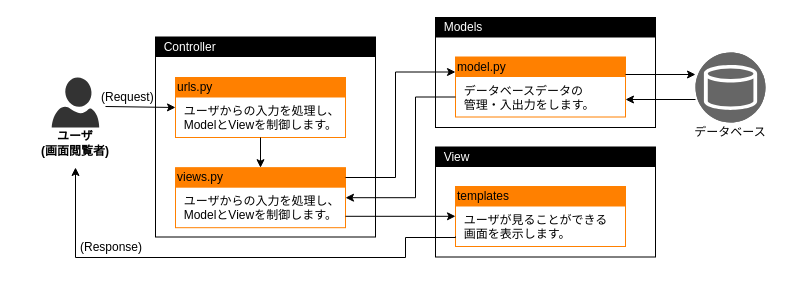
This is AWS研修_MVCモデル図.drawio from reizo0901/Doc, a draw.io file, before an edit. Source tidied: cells renumbered, new cells numbered last; positions are measured from the earlier drawing's top-left corner, leaving out a move shared by most shapes. Both pictures are drawn from the tidied source at 100%, with x=0, y=0 at pixel (25, 17).
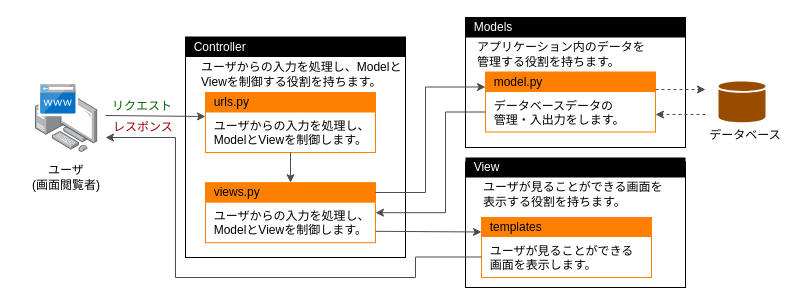
The same diagram, later.

Commit message (it also covers changes not shown here):
AWS研修_MVCモデル図.drawio を更新します

What changed in the source:
```diff
@@
-    <mxCell id="2" style="verticalLabelPosition=bottom;html=1;verticalAlign=top;align=center;strokeColor=none;fillColor=#333333;shape=mxgraph.azure.user;" parent="1" vertex="1">
-      <mxGeometry x="26.2" y="60" width="47.5" height="50" as="geometry" />
-    </mxCell>
-    <mxCell id="3" value="(Request)" style="text;html=1;strokeColor=none;fillColor=none;align=left;verticalAlign=middle;whiteSpace=wrap;rounded=0;fontSize=12;fontStyle=0;" parent="1" vertex="1">
-      <mxGeometry x="73.8" y="64.5" width="70" height="30" as="geometry" />
+    <mxCell id="3" value="リクエスト" style="text;html=1;strokeColor=none;fillColor=none;align=left;verticalAlign=middle;whiteSpace=wrap;rounded=0;fontSize=12;fontStyle=0;fontColor=#006600;" parent="1" vertex="1">
+      <mxGeometry x="84.8" y="73.5" width="70" height="30" as="geometry" />
     </mxCell>
-    <mxCell id="4" value="(Response)" style="text;html=1;strokeColor=none;fillColor=none;align=left;verticalAlign=middle;whiteSpace=wrap;rounded=0;fontSize=12;fontStyle=0;" parent="1" vertex="1">
-      <mxGeometry x="53" y="219.5" width="77" height="21" as="geometry" />
+    <mxCell id="4" value="レスポンス" style="text;html=1;strokeColor=none;fillColor=none;align=left;verticalAlign=middle;whiteSpace=wrap;rounded=0;fontSize=12;fontStyle=0;fontColor=#990000;" parent="1" vertex="1">
+      <mxGeometry x="86" y="99" width="77" height="21" as="geometry" />
     </mxCell>
-    <mxCell id="5" value="ユーザ&lt;br&gt;(画面閲覧者)" style="text;html=1;strokeColor=none;fillColor=none;align=center;verticalAlign=middle;whiteSpace=wrap;rounded=0;fontSize=12;fontStyle=1;" parent="1" vertex="1">
-      <mxGeometry y="111" width="100" height="30" as="geometry" />
+    <mxCell id="5" value="ユーザ&lt;br&gt;(画面閲覧者)" style="text;html=1;strokeColor=none;fillColor=none;align=center;verticalAlign=middle;whiteSpace=wrap;rounded=0;fontSize=12;fontStyle=0;" parent="1" vertex="1">
+      <mxGeometry x="-8.8" y="144.5" width="100" height="30" as="geometry" />
     </mxCell>
     <mxCell id="6" style="rounded=0;whiteSpace=wrap;html=1;" parent="1" vertex="1">
-      <mxGeometry x="130" y="19.5" width="220" height="200" as="geometry" />
+      <mxGeometry x="160" y="19.5" width="220" height="220.5" as="geometry" />
     </mxCell>
     <mxCell id="7" value="&amp;nbsp; Controller" style="text;html=1;strokeColor=none;fillColor=#000000;align=left;verticalAlign=middle;whiteSpace=wrap;rounded=0;fontSize=12;fontStyle=0;fontColor=#FFFFFF;" parent="1" vertex="1">
-      <mxGeometry x="130" y="19.5" width="220" height="20" as="geometry" />
+      <mxGeometry x="160" y="19.5" width="220" height="20" as="geometry" />
     </mxCell>
     <mxCell id="8" style="rounded=0;whiteSpace=wrap;html=1;" parent="1" vertex="1">
-      <mxGeometry x="410" y="129.5" width="220" height="110" as="geometry" />
+      <mxGeometry x="440" y="144.5" width="220" height="125.5" as="geometry" />
     </mxCell>
     <mxCell id="9" value="&amp;nbsp; View" style="text;html=1;strokeColor=none;fillColor=#000000;align=left;verticalAlign=middle;whiteSpace=wrap;rounded=0;fontSize=12;fontStyle=0;fontColor=#FFFFFF;" parent="1" vertex="1">
-      <mxGeometry x="410" y="129.5" width="220" height="20" as="geometry" />
+      <mxGeometry x="440" y="140" width="220" height="20" as="geometry" />
     </mxCell>
     <mxCell id="10" style="rounded=0;whiteSpace=wrap;html=1;" parent="1" vertex="1">
-      <mxGeometry x="410" width="220" height="110" as="geometry" />
+      <mxGeometry x="440" width="220" height="130" as="geometry" />
     </mxCell>
     <mxCell id="11" value="&amp;nbsp; Models" style="text;html=1;strokeColor=none;fillColor=#000000;align=left;verticalAlign=middle;whiteSpace=wrap;rounded=0;fontSize=12;fontStyle=0;fontColor=#FFFFFF;" parent="1" vertex="1">
-      <mxGeometry x="410" width="220" height="20" as="geometry" />
+      <mxGeometry x="440" width="220" height="20" as="geometry" />
     </mxCell>
     <mxCell id="12" style="rounded=0;whiteSpace=wrap;html=1;strokeColor=#ff8000;" parent="1" vertex="1">
-      <mxGeometry x="150" y="60" width="170" height="60" as="geometry" />
+      <mxGeometry x="180" y="75" width="170" height="60" as="geometry" />
     </mxCell>
     <mxCell id="13" value="&amp;nbsp; ユーザからの入力を処理し、&lt;br&gt;&amp;nbsp; ModelとViewを制御します。" style="text;html=1;strokeColor=none;fillColor=none;align=left;verticalAlign=top;whiteSpace=wrap;rounded=0;" parent="1" vertex="1">
-      <mxGeometry x="150" y="80" width="170" height="40" as="geometry" />
+      <mxGeometry x="180" y="95" width="170" height="40" as="geometry" />
     </mxCell>
-    <mxCell id="14" value="urls.py" style="text;html=1;strokeColor=none;fillColor=#FF8000;align=left;verticalAlign=middle;whiteSpace=wrap;rounded=0;fontSize=12;fontStyle=0;" parent="1" vertex="1">
-      <mxGeometry x="150" y="60" width="170" height="20" as="geometry" />
+    <mxCell id="14" value="&amp;nbsp; urls.py" style="text;html=1;strokeColor=none;fillColor=#FF8000;align=left;verticalAlign=middle;whiteSpace=wrap;rounded=0;fontSize=12;fontStyle=0;" parent="1" vertex="1">
+      <mxGeometry x="180" y="75" width="170" height="20" as="geometry" />
     </mxCell>
     <mxCell id="15" style="rounded=0;whiteSpace=wrap;html=1;strokeColor=#ff8000;" parent="1" vertex="1">
-      <mxGeometry x="150" y="150.2" width="170" height="60" as="geometry" />
+      <mxGeometry x="180" y="165.2" width="170" height="60" as="geometry" />
     </mxCell>
-    <mxCell id="16" value="views.py" style="text;html=1;strokeColor=none;fillColor=#FF8000;align=left;verticalAlign=middle;whiteSpace=wrap;rounded=0;fontSize=12;fontStyle=0;" parent="1" vertex="1">
-      <mxGeometry x="150" y="150.2" width="170" height="20" as="geometry" />
+    <mxCell id="16" value="&amp;nbsp; views.py" style="text;html=1;strokeColor=none;fillColor=#FF8000;align=left;verticalAlign=middle;whiteSpace=wrap;rounded=0;fontSize=12;fontStyle=0;" parent="1" vertex="1">
+      <mxGeometry x="180" y="165.2" width="170" height="20" as="geometry" />
     </mxCell>
-    <mxCell id="17" style="edgeStyle=orthogonalEdgeStyle;rounded=0;jettySize=auto;html=1;entryX=0;entryY=0.75;entryDx=0;entryDy=0;" parent="1" edge="1" target="20">
+    <mxCell id="17" style="edgeStyle=orthogonalEdgeStyle;rounded=0;jettySize=auto;html=1;entryX=0;entryY=0.75;entryDx=0;entryDy=0;strokeWidth=1;strokeColor=#4D4D4D;" parent="1" edge="1" target="20">
       <mxGeometry relative="1" as="geometry">
-        <mxPoint x="320" y="160" as="sourcePoint" />
+        <mxPoint x="350" y="175" as="sourcePoint" />
         <Array as="points">
-          <mxPoint x="320" y="160" />
-          <mxPoint x="370" y="160" />
-          <mxPoint x="370" y="55" />
+          <mxPoint x="350" y="175" />
+          <mxPoint x="400" y="175" />
+          <mxPoint x="400" y="70" />
         </Array>
       </mxGeometry>
     </mxCell>
     <mxCell id="18" value="&amp;nbsp; ユーザからの入力を処理し、&lt;br&gt;&amp;nbsp; ModelとViewを制御します。" style="text;html=1;strokeColor=none;fillColor=none;align=left;verticalAlign=top;whiteSpace=wrap;rounded=0;" parent="1" vertex="1">
-      <mxGeometry x="150" y="170.2" width="170" height="40" as="geometry" />
+      <mxGeometry x="180" y="185.2" width="170" height="40" as="geometry" />
     </mxCell>
     <mxCell id="19" style="rounded=0;whiteSpace=wrap;html=1;strokeColor=#ff8000;" parent="1" vertex="1">
-      <mxGeometry x="430" y="39.5" width="170" height="60" as="geometry" />
+      <mxGeometry x="460" y="54.5" width="170" height="60" as="geometry" />
     </mxCell>
-    <mxCell id="20" value="model.py" style="text;html=1;strokeColor=none;fillColor=#FF8000;align=left;verticalAlign=middle;whiteSpace=wrap;rounded=0;fontSize=12;fontStyle=0;" parent="1" vertex="1">
-      <mxGeometry x="430" y="39.5" width="170" height="20" as="geometry" />
+    <mxCell id="20" value="&amp;nbsp; model.py" style="text;html=1;strokeColor=none;fillColor=#FF8000;align=left;verticalAlign=middle;whiteSpace=wrap;rounded=0;fontSize=12;fontStyle=0;" parent="1" vertex="1">
+      <mxGeometry x="460" y="54.5" width="170" height="20" as="geometry" />
     </mxCell>
-    <mxCell id="21" style="edgeStyle=orthogonalEdgeStyle;rounded=0;jettySize=auto;html=1;exitX=0;exitY=0.5;exitDx=0;exitDy=0;entryX=1;entryY=0.25;entryDx=0;entryDy=0;" parent="1" edge="1" source="22" target="18">
+    <mxCell id="21" style="edgeStyle=orthogonalEdgeStyle;rounded=0;jettySize=auto;html=1;exitX=0;exitY=0.5;exitDx=0;exitDy=0;entryX=1;entryY=0.25;entryDx=0;entryDy=0;strokeWidth=1;strokeColor=#4D4D4D;" parent="1" edge="1" source="22" target="18">
       <mxGeometry relative="1" as="geometry">
         <Array as="points">
-          <mxPoint x="390" y="80" />
-          <mxPoint x="390" y="180" />
+          <mxPoint x="420" y="95" />
+          <mxPoint x="420" y="195" />
         </Array>
       </mxGeometry>
     </mxCell>
     <mxCell id="22" value="&amp;nbsp; データベースデータの&lt;br&gt;&amp;nbsp; 管理・入出力をします。" style="text;html=1;strokeColor=none;fillColor=none;align=left;verticalAlign=top;whiteSpace=wrap;rounded=0;" parent="1" vertex="1">
-      <mxGeometry x="430" y="59.5" width="150" height="40" as="geometry" />
+      <mxGeometry x="460" y="74.5" width="150" height="40" as="geometry" />
     </mxCell>
     <mxCell id="23" style="rounded=0;whiteSpace=wrap;html=1;strokeColor=#ff8000;" parent="1" vertex="1">
-      <mxGeometry x="430" y="169" width="170" height="60" as="geometry" />
+      <mxGeometry x="456" y="200" width="170" height="60" as="geometry" />
     </mxCell>
-    <mxCell id="24" value="templates" style="text;html=1;strokeColor=none;fillColor=#FF8000;align=left;verticalAlign=middle;whiteSpace=wrap;rounded=0;fontSize=12;fontStyle=0;" parent="1" vertex="1">
-      <mxGeometry x="430" y="169" width="170" height="20" as="geometry" />
+    <mxCell id="24" value="&amp;nbsp; templates" style="text;html=1;strokeColor=none;fillColor=#FF8000;align=left;verticalAlign=middle;whiteSpace=wrap;rounded=0;fontSize=12;fontStyle=0;" parent="1" vertex="1">
+      <mxGeometry x="456" y="199.5" width="170" height="20" as="geometry" />
     </mxCell>
-    <mxCell id="25" style="edgeStyle=orthogonalEdgeStyle;rounded=0;jettySize=auto;html=1;exitX=0;exitY=0.75;exitDx=0;exitDy=0;" parent="1" edge="1" source="26">
-      <mxGeometry relative="1" as="geometry">
-        <mxPoint x="50" y="150" as="targetPoint" />
-        <Array as="points">
-          <mxPoint x="380" y="220" />
-          <mxPoint x="380" y="240" />
-          <mxPoint x="50" y="240" />
-        </Array>
-      </mxGeometry>
-    </mxCell>
+    <mxCell id="34" style="edgeStyle=orthogonalEdgeStyle;rounded=0;jettySize=auto;html=1;exitX=0;exitY=0.5;exitDx=0;exitDy=0;strokeWidth=1;strokeColor=#4D4D4D;" parent="1" edge="1" source="26">
+      <mxGeometry relative="1" as="geometry">
+        <mxPoint x="80" y="120" as="targetPoint" />
+        <Array as="points">
+          <mxPoint x="390" y="240" />
+          <mxPoint x="390" y="260" />
+          <mxPoint x="150" y="260" />
+          <mxPoint x="150" y="120" />
+        </Array>
+      </mxGeometry>
+    </mxCell>
     <mxCell id="26" value="&amp;nbsp; ユーザが見ることができる&lt;br&gt;&amp;nbsp; 画面を表示します。" style="text;html=1;strokeColor=none;fillColor=none;align=left;verticalAlign=top;whiteSpace=wrap;rounded=0;" parent="1" vertex="1">
-      <mxGeometry x="430" y="189" width="170" height="40" as="geometry" />
+      <mxGeometry x="456" y="219.5" width="170" height="40" as="geometry" />
     </mxCell>
-    <mxCell id="27" style="fillColor=#666666;verticalLabelPosition=bottom;sketch=0;html=1;strokeColor=#ffffff;verticalAlign=top;align=center;shape=mxgraph.cisco_safe.compositeIcon;bgIcon=ellipse;resIcon=mxgraph.cisco_safe.capability.database;" parent="1" vertex="1">
-      <mxGeometry x="670" y="35" width="70" height="70" as="geometry" />
-    </mxCell>
-    <mxCell id="28" style="endArrow=classic;html=1;rounded=0;strokeWidth=1;entryX=0;entryY=0.25;entryDx=0;entryDy=0;" parent="1" edge="1" target="13">
+    <mxCell id="28" style="endArrow=classic;html=1;rounded=0;strokeWidth=1;entryX=0;entryY=0.25;entryDx=0;entryDy=0;strokeColor=#4D4D4D;" parent="1" edge="1">
       <mxGeometry relative="1" as="geometry">
-        <mxPoint x="80" y="89" as="sourcePoint" />
+        <mxPoint x="80" y="98" as="sourcePoint" />
+        <mxPoint x="180" y="99" as="targetPoint" />
       </mxGeometry>
     </mxCell>
-    <mxCell id="29" style="endArrow=classic;html=1;rounded=0;strokeWidth=1;entryX=0.5;entryY=0;entryDx=0;entryDy=0;exitX=0.5;exitY=1;exitDx=0;exitDy=0;" parent="1" edge="1" source="13" target="16">
+    <mxCell id="29" style="endArrow=classic;html=1;rounded=0;strokeWidth=1;entryX=0.5;entryY=0;entryDx=0;entryDy=0;exitX=0.5;exitY=1;exitDx=0;exitDy=0;strokeColor=#4D4D4D;" parent="1" edge="1" source="13" target="16">
       <mxGeometry relative="1" as="geometry" />
     </mxCell>
-    <mxCell id="30" style="endArrow=classic;html=1;rounded=0;strokeWidth=1;" parent="1" edge="1">
+    <mxCell id="30" style="endArrow=classic;html=1;rounded=0;strokeWidth=1;dashed=1;strokeColor=#4D4D4D;" parent="1" edge="1">
       <mxGeometry relative="1" as="geometry">
-        <mxPoint x="670" y="82" as="sourcePoint" />
-        <mxPoint x="600" y="82" as="targetPoint" />
+        <mxPoint x="680" y="97" as="sourcePoint" />
+        <mxPoint x="630" y="97" as="targetPoint" />
       </mxGeometry>
     </mxCell>
-    <mxCell id="31" style="endArrow=classic;html=1;rounded=0;strokeWidth=1;" parent="1" edge="1">
+    <mxCell id="31" style="endArrow=classic;html=1;rounded=0;strokeWidth=1;dashed=1;strokeColor=#4D4D4D;" parent="1" edge="1">
       <mxGeometry relative="1" as="geometry">
-        <mxPoint x="600" y="57" as="sourcePoint" />
-        <mxPoint x="670" y="57" as="targetPoint" />
+        <mxPoint x="630" y="72" as="sourcePoint" />
+        <mxPoint x="680" y="72" as="targetPoint" />
       </mxGeometry>
     </mxCell>
-    <mxCell id="32" style="endArrow=classic;html=1;rounded=0;strokeWidth=1;entryX=0;entryY=0.025;entryDx=0;entryDy=0;entryPerimeter=0;" parent="1" edge="1">
+    <mxCell id="32" style="endArrow=classic;html=1;rounded=0;strokeWidth=1;entryX=0;entryY=0.75;entryDx=0;entryDy=0;strokeColor=#4D4D4D;" parent="1" edge="1" target="24">
       <mxGeometry relative="1" as="geometry">
-        <mxPoint x="320" y="198.8" as="sourcePoint" />
-        <mxPoint x="430" y="198.8" as="targetPoint" />
+        <mxPoint x="350" y="213.8" as="sourcePoint" />
       </mxGeometry>
     </mxCell>
     <mxCell id="33" value="データベース" style="text;html=1;strokeColor=none;fillColor=none;align=center;verticalAlign=middle;whiteSpace=wrap;rounded=0;" parent="1" vertex="1">
-      <mxGeometry x="665" y="99.5" width="80" height="30" as="geometry" />
+      <mxGeometry x="680" y="102.5" width="80" height="30" as="geometry" />
     </mxCell>
+    <mxCell id="35" value="アプリケーション内のデータを&lt;br&gt;管理する役割を持ちます。" style="text;html=1;strokeColor=none;fillColor=none;align=left;verticalAlign=middle;whiteSpace=wrap;rounded=0;" parent="1" vertex="1">
+      <mxGeometry x="450" y="22" width="200" height="30" as="geometry" />
+    </mxCell>
+    <mxCell id="36" value="ユーザが見ることができる画面を&lt;br&gt;表示する役割を持ちます。" style="text;html=1;strokeColor=none;fillColor=none;align=left;verticalAlign=middle;whiteSpace=wrap;rounded=0;" parent="1" vertex="1">
+      <mxGeometry x="456" y="157" width="204" height="40" as="geometry" />
+    </mxCell>
+    <mxCell id="37" value="ユーザからの入力を処理し、Modelと&lt;br&gt;Viewを制御する役割を持ちます。" style="text;html=1;strokeColor=none;fillColor=none;align=left;verticalAlign=middle;whiteSpace=wrap;rounded=0;" parent="1" vertex="1">
+      <mxGeometry x="173.8" y="42" width="206.2" height="30" as="geometry" />
+    </mxCell>
+    <mxCell id="38" style="image;html=1;align=center;shadow=0;dashed=0;image=img/lib/allied_telesis/computer_and_terminals/Personal_Computer_with_Server.svg;imageBorder=none;" parent="1" vertex="1">
+      <mxGeometry x="10" y="72.6" width="62.4" height="62.4" as="geometry" />
+    </mxCell>
+    <mxCell id="39" style="group;" parent="1" vertex="1">
+      <mxGeometry x="15" y="66.7" width="35.7" height="30" as="geometry" />
+    </mxCell>
+    <mxCell id="40" style="rounded=0;whiteSpace=wrap;html=1;labelBackgroundColor=default;comic=0;strokeColor=#FFFFFF;align=center;verticalAlign=top;fontFamily=Helvetica;fontSize=12;fontColor=default;fillColor=default;strokeWidth=4;" parent="39" vertex="1">
+      <mxGeometry width="35.4" height="30" as="geometry" />
+    </mxCell>
+    <mxCell id="41" style="image;html=1;align=center;fontSize=12;image=img/lib/mscae/CustomDomain.svg;imageBorder=#FFFFFF;comic=0;strokeWidth=0;perimeterSpacing=0;" parent="39" vertex="1">
+      <mxGeometry width="35.7" height="30" as="geometry" />
+    </mxCell>
+    <mxCell id="42" style="sketch=0;shadow=0;dashed=0;html=1;strokeColor=none;fillColor=#994C00;labelPosition=center;verticalLabelPosition=bottom;verticalAlign=top;align=center;shape=mxgraph.office.databases.database;" parent="1" vertex="1">
+      <mxGeometry x="693" y="64" width="47" height="41" as="geometry" />
+    </mxCell>
```
